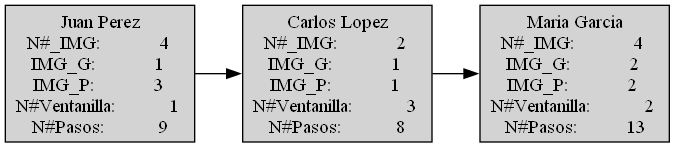
Above: Proyecto/listaAtendidos.dot.png in Serrano18/EDD_PROYECTO_202201989 (Graphviz), before the change. Its source is kept beside it as Proyecto/listaAtendidos.dot.
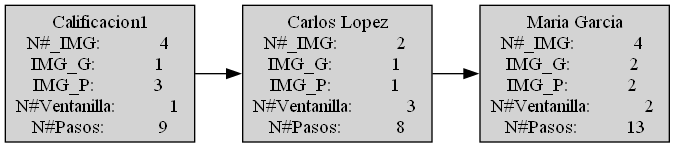
Above is the later version.

Change to the diagram source:
```diff
@@ -1,7 +1,7 @@
  digraph colac {
      node [shape=box, style=filled];
  rankdir = LR;
-      "Node           1 " [label="Juan Perez\nN#_IMG:            4 \nIMG_G:            1 \nIMG_P:            3 \nN#Ventanilla:           1 \n N#Pasos:           9 ", shape=box];
+      "Node           1 " [label="Calificacion1\nN#_IMG:            4 \nIMG_G:            1 \nIMG_P:            3 \nN#Ventanilla:           1 \n N#Pasos:           9 ", shape=box];
      "Node           1 " -> "Node           2 ";
       "Node           2 " [label="Carlos Lopez\nN#_IMG:            2 \nIMG_G:            1 \nIMG_P:            1 \nN#Ventanilla:           3 \n N#Pasos:           8 ", shape=box];
      "Node           2 " -> "Node           3 ";
```
